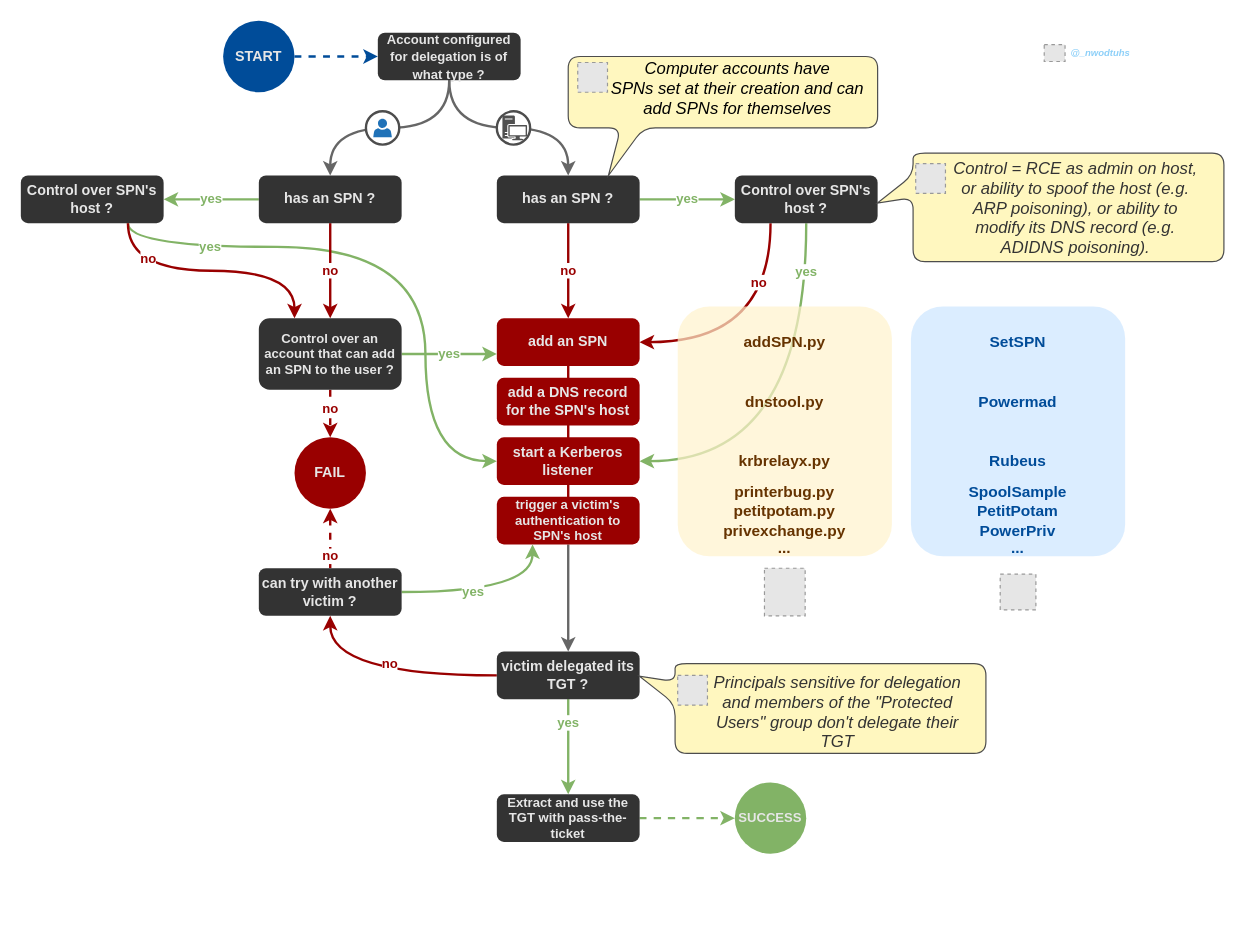
Above: page "unconstrained" (1 of 3) of .assets/drawios/Kerberos_delegations.drawio in The-Hacker-Recipes/The-Hacker-Recipes (draw.io), before the change. Source tidied: cells renumbered, new cells numbered last; positions are measured from the earlier drawing's top-left corner, leaving out a move shared by most shapes. Both pictures are drawn from the tidied source at 119%, with x=0, y=0 at pixel (20, 20). Pictures stored in the file or linked from it are replaced by grey dashed boxes.
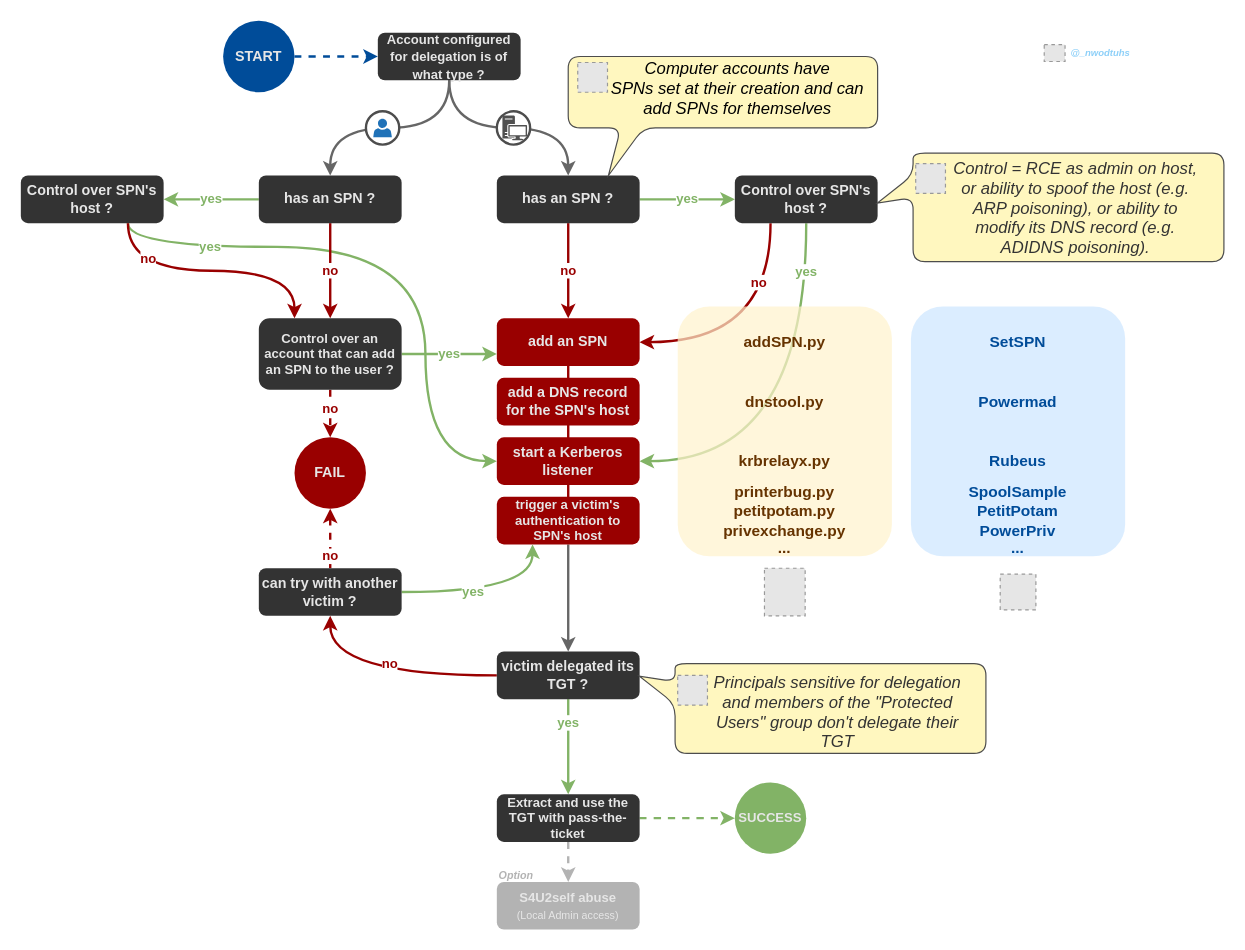
After the change.

The change refers to these unchanged cells:
```xml
<mxCell id="33" value="Extract and use the TGT with pass-the-ticket" style="rounded=1;whiteSpace=wrap;html=1;fontColor=#E6E6E6;fontStyle=1;strokeColor=none;fontSize=11;fillColor=#333333;" parent="1" vertex="1">
  <mxGeometry x="400" y="650" width="120" height="40" as="geometry" />
</mxCell>
```

Diff of the diagram source:
```diff
@@
+    <mxCell id="69" style="edgeStyle=orthogonalEdgeStyle;rounded=0;jettySize=auto;html=1;entryX=0.5;entryY=0;entryDx=0;entryDy=0;fontSize=11;fontColor=#999999;strokeWidth=2;strokeColor=#B3B3B3;endArrow=classic;endFill=1;dashed=1;" parent="1" edge="1" source="33" target="70">
+      <mxGeometry relative="1" as="geometry" />
+    </mxCell>
@@
+    <mxCell id="70" value="S4U2self abuse&lt;br&gt;&lt;span style=&quot;font-weight: normal&quot;&gt;&lt;font style=&quot;font-size: 9px&quot;&gt;(Local Admin access)&lt;/font&gt;&lt;/span&gt;" style="rounded=1;whiteSpace=wrap;html=1;fontColor=#E6E6E6;fontStyle=1;strokeColor=none;fontSize=11;fillColor=#B3B3B3;" parent="1" vertex="1">
+      <mxGeometry x="400" y="723.6" width="120" height="40" as="geometry" />
+    </mxCell>
+    <mxCell id="71" value="Option" style="text;html=1;align=center;verticalAlign=middle;strokeColor=none;fillColor=none;fontSize=9;fontStyle=3;fontColor=#B3B3B3;labelBackgroundColor=none;" parent="1" vertex="1">
+      <mxGeometry x="396" y="709" width="40" height="20" as="geometry" />
+    </mxCell>
```
